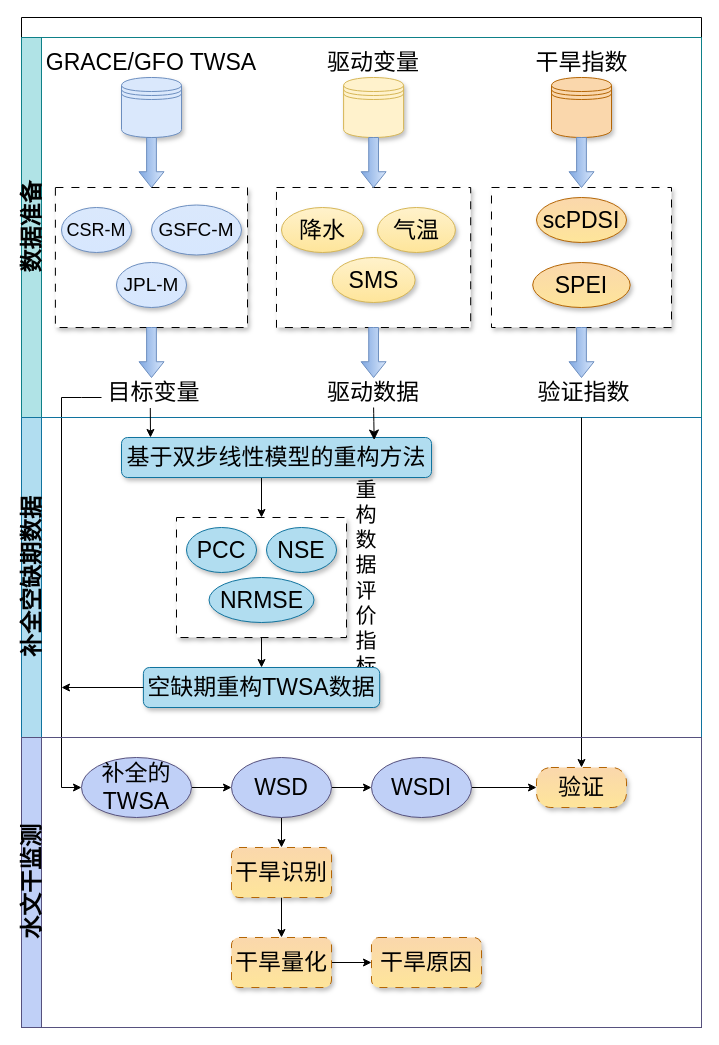
Above: Drought_2.drawio in lesmorts/Notes (draw.io), before the change. Source tidied: cells renumbered, new cells numbered last; positions are measured from the earlier drawing's top-left corner, leaving out a move shared by most shapes. Both pictures are drawn from the tidied source at 100%, with x=0, y=0 at pixel (21, 17).
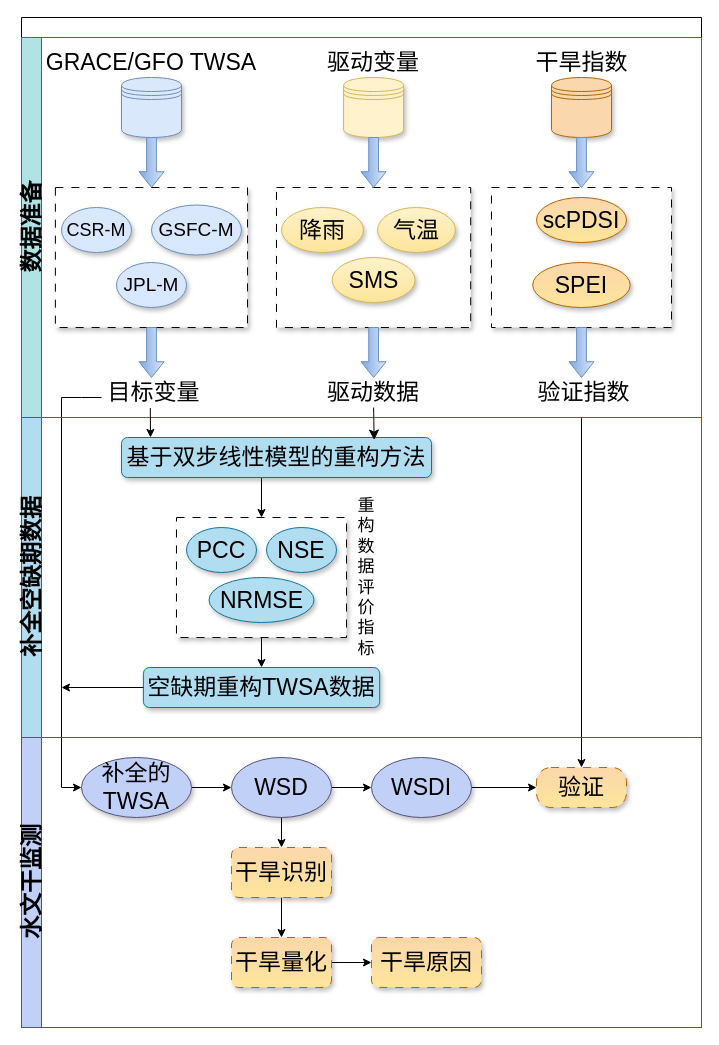
Above is the later version.

Unchanged cells that the change refers to:
```xml
<mxCell id="3" value="数据准备" style="swimlane;startSize=20;horizontal=0;html=1;swimlaneFillColor=none;fillColor=#b0e3e6;strokeColor=#0e8088;verticalAlign=middle;labelPosition=center;verticalLabelPosition=middle;align=center;fontSize=23;" parent="2" vertex="1">
  <mxGeometry y="20" width="680" height="380" as="geometry" />
</mxCell>
<mxCell id="31" value="补全空缺期数据" style="swimlane;startSize=20;horizontal=0;html=1;swimlaneFillColor=none;fillColor=#b1ddf0;strokeColor=#10739e;rounded=0;arcSize=0;shadow=0;fontSize=23;" parent="2" vertex="1">
  <mxGeometry y="400" width="680" height="320" as="geometry" />
</mxCell>
```

Change to the diagram source:
```diff
@@
-    <mxCell id="16" value="降水" style="ellipse;whiteSpace=wrap;html=1;fillColor=#fff2cc;gradientColor=#fee59a;strokeColor=#d6b656;align=center;verticalAlign=middle;fontFamily=Helvetica;fontSize=23;shadow=1;fontColor=default;" parent="3" vertex="1">
+    <mxCell id="16" value="降雨" style="ellipse;whiteSpace=wrap;html=1;fillColor=#fff2cc;gradientColor=#fee59a;strokeColor=#d6b656;align=center;verticalAlign=middle;fontFamily=Helvetica;fontSize=23;shadow=1;fontColor=default;" parent="3" vertex="1">
       <mxGeometry x="260" y="170" width="81.9" height="45" as="geometry" />
     </mxCell>
@@
-    <mxCell id="42" value="&lt;div style=&quot;font-size: 21px;&quot;&gt;&lt;span style=&quot;background-color: initial; font-size: 21px;&quot;&gt;重&lt;/span&gt;&lt;br style=&quot;font-size: 21px;&quot;&gt;&lt;/div&gt;&lt;div style=&quot;font-size: 21px;&quot;&gt;&lt;span style=&quot;background-color: initial; font-size: 21px;&quot;&gt;构数据&lt;/span&gt;&lt;/div&gt;&lt;div style=&quot;font-size: 21px;&quot;&gt;评&lt;/div&gt;&lt;div style=&quot;font-size: 21px;&quot;&gt;价&lt;/div&gt;&lt;div style=&quot;font-size: 21px;&quot;&gt;指&lt;/div&gt;&lt;div style=&quot;font-size: 21px;&quot;&gt;标&lt;/div&gt;" style="text;html=1;align=center;verticalAlign=middle;whiteSpace=wrap;rounded=0;fontSize=21;" parent="31" vertex="1">
+    <mxCell id="42" value="&lt;div style=&quot;font-size: 17px;&quot;&gt;&lt;span style=&quot;background-color: initial; font-size: 17px;&quot;&gt;重&lt;/span&gt;&lt;br style=&quot;font-size: 17px;&quot;&gt;&lt;/div&gt;&lt;div style=&quot;font-size: 17px;&quot;&gt;&lt;span style=&quot;background-color: initial; font-size: 17px;&quot;&gt;构数据&lt;/span&gt;&lt;/div&gt;&lt;div style=&quot;font-size: 17px;&quot;&gt;评&lt;/div&gt;&lt;div style=&quot;font-size: 17px;&quot;&gt;价&lt;/div&gt;&lt;div style=&quot;font-size: 17px;&quot;&gt;指&lt;/div&gt;&lt;div style=&quot;font-size: 17px;&quot;&gt;标&lt;/div&gt;" style="text;html=1;align=center;verticalAlign=middle;whiteSpace=wrap;rounded=0;fontSize=17;" parent="31" vertex="1">
       <mxGeometry x="330" y="80" width="30" height="160" as="geometry" />
     </mxCell>
```
